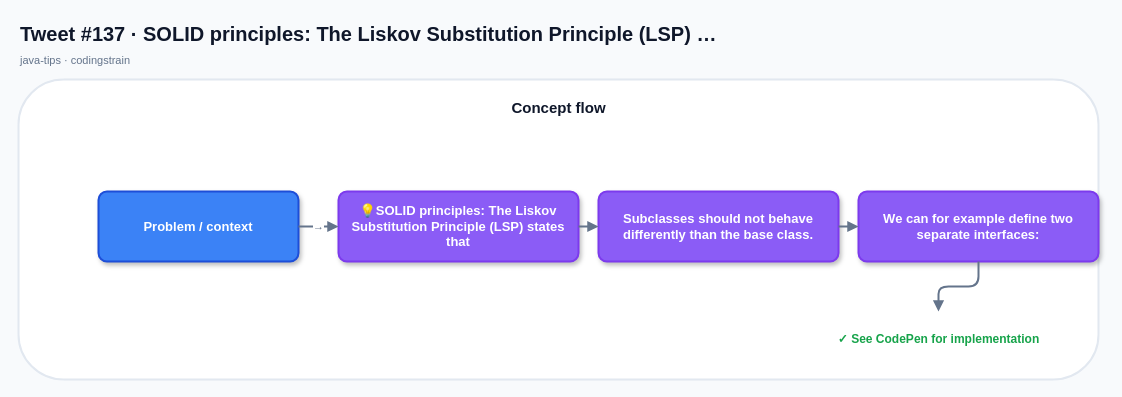
Before: x-posts-examples/generated-x-posts/java-posts/drawio/tweet-137.drawio in mcasari/codingstrain, a draw.io diagram. Source tidied: cells renumbered, new cells numbered last; positions are measured from the earlier drawing's top-left corner, leaving out a move shared by most shapes. Both pictures are drawn from the tidied source at 100%, with x=0, y=0 at pixel (18, 17).
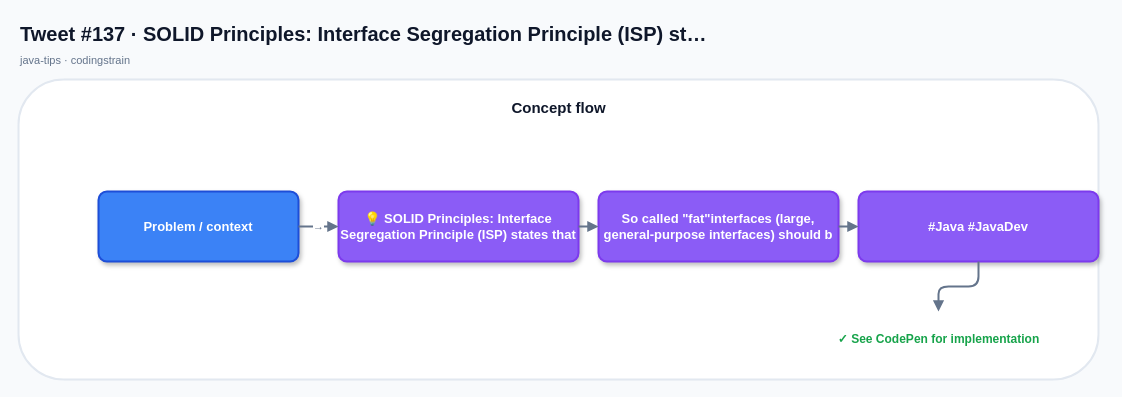
The same page after the edit.

Diff of the diagram source:
```diff
@@
 <mxGraphModel background="#F8FAFC">
   <root>
     <mxCell id="0" />
     <mxCell id="1" parent="0" />
-    <mxCell id="2" value="Tweet #137 · SOLID principles: The Liskov Substitution Principle (LSP) …" style="text;html=1;strokeColor=none;fillColor=none;align=left;verticalAlign=middle;fontSize=20;fontStyle=1;fontColor=#0F172A;" parent="1" vertex="1">
+    <mxCell id="2" value="Tweet #137 · SOLID Principles: Interface Segregation Principle (ISP) st…" style="text;html=1;strokeColor=none;fillColor=none;align=left;verticalAlign=middle;fontSize=20;fontStyle=1;fontColor=#0F172A;" parent="1" vertex="1">
       <mxGeometry width="760" height="32" as="geometry" />
     </mxCell>
     <mxCell id="3" value="java-tips · codingstrain" style="text;html=1;strokeColor=none;fillColor=none;align=left;verticalAlign=middle;fontSize=11;fontStyle=0;fontColor=#64748B;" parent="1" vertex="1">
       <mxGeometry y="32" width="520" height="22" as="geometry" />
     </mxCell>
     <mxCell id="4" style="rounded=1;fillColor=#FFFFFF;strokeColor=#E2E8F0;strokeWidth=2;shadow=0;" parent="1" vertex="1">
       <mxGeometry y="62" width="1080" height="300" as="geometry" />
     </mxCell>
     <mxCell id="5" value="Concept flow" style="text;html=1;strokeColor=none;fillColor=none;align=center;verticalAlign=middle;fontSize=15;fontStyle=1;fontColor=#0F172A;" parent="1" vertex="1">
       <mxGeometry x="20" y="76" width="1040" height="28" as="geometry" />
     </mxCell>
     <mxCell id="6" value="Problem / context" style="rounded=1;whiteSpace=wrap;html=1;arcSize=12;fillColor=#3B82F6;strokeColor=#1D4ED8;strokeWidth=2;fontColor=#FFFFFF;fontSize=13;fontStyle=1;shadow=1;align=center;verticalAlign=middle;" parent="1" vertex="1">
       <mxGeometry x="80" y="174" width="200" height="70" as="geometry" />
     </mxCell>
-    <mxCell id="7" value="💡SOLID principles: The Liskov Substitution Principle (LSP) states that" style="rounded=1;whiteSpace=wrap;html=1;arcSize=12;fillColor=#8B5CF6;strokeColor=#7C3AED;strokeWidth=2;fontColor=#FFFFFF;fontSize=13;fontStyle=1;shadow=1;align=center;verticalAlign=middle;" parent="1" vertex="1">
+    <mxCell id="7" value="💡 SOLID Principles: Interface Segregation Principle (ISP) states that " style="rounded=1;whiteSpace=wrap;html=1;arcSize=12;fillColor=#8B5CF6;strokeColor=#7C3AED;strokeWidth=2;fontColor=#FFFFFF;fontSize=13;fontStyle=1;shadow=1;align=center;verticalAlign=middle;" parent="1" vertex="1">
       <mxGeometry x="320" y="174" width="240" height="70" as="geometry" />
     </mxCell>
     <mxCell id="8" value="→" style="edgeStyle=orthogonalEdgeStyle;rounded=1;jettySize=auto;html=1;endArrow=block;endFill=1;startArrow=none;strokeColor=#64748B;strokeWidth=2;fontColor=#64748B;fontSize=11;" parent="1" edge="1" source="6" target="7">
       <mxGeometry relative="1" as="geometry" />
     </mxCell>
-    <mxCell id="9" value="Subclasses should not behave differently than the base class." style="rounded=1;whiteSpace=wrap;html=1;arcSize=12;fillColor=#8B5CF6;strokeColor=#7C3AED;strokeWidth=2;fontColor=#FFFFFF;fontSize=13;fontStyle=1;shadow=1;align=center;verticalAlign=middle;" parent="1" vertex="1">
+    <mxCell id="9" value="So called &quot;fat&quot;interfaces (large, general-purpose interfaces) should b" style="rounded=1;whiteSpace=wrap;html=1;arcSize=12;fillColor=#8B5CF6;strokeColor=#7C3AED;strokeWidth=2;fontColor=#FFFFFF;fontSize=13;fontStyle=1;shadow=1;align=center;verticalAlign=middle;" parent="1" vertex="1">
       <mxGeometry x="580" y="174" width="240" height="70" as="geometry" />
     </mxCell>
     <mxCell id="10" style="edgeStyle=orthogonalEdgeStyle;rounded=1;jettySize=auto;html=1;endArrow=block;endFill=1;startArrow=none;strokeColor=#64748B;strokeWidth=2;fontColor=#64748B;fontSize=11;" parent="1" edge="1" source="7" target="9">
       <mxGeometry relative="1" as="geometry" />
     </mxCell>
-    <mxCell id="11" value="We can for example define two separate interfaces:" style="rounded=1;whiteSpace=wrap;html=1;arcSize=12;fillColor=#8B5CF6;strokeColor=#7C3AED;strokeWidth=2;fontColor=#FFFFFF;fontSize=13;fontStyle=1;shadow=1;align=center;verticalAlign=middle;" parent="1" vertex="1">
+    <mxCell id="11" value="#Java #JavaDev" style="rounded=1;whiteSpace=wrap;html=1;arcSize=12;fillColor=#8B5CF6;strokeColor=#7C3AED;strokeWidth=2;fontColor=#FFFFFF;fontSize=13;fontStyle=1;shadow=1;align=center;verticalAlign=middle;" parent="1" vertex="1">
       <mxGeometry x="840" y="174" width="240" height="70" as="geometry" />
     </mxCell>
     <mxCell id="12" style="edgeStyle=orthogonalEdgeStyle;rounded=1;jettySize=auto;html=1;endArrow=block;endFill=1;startArrow=none;strokeColor=#64748B;strokeWidth=2;fontColor=#64748B;fontSize=11;" parent="1" edge="1" source="9" target="11">
       <mxGeometry relative="1" as="geometry" />
     </mxCell>
     <mxCell id="13" value="✓ See CodePen for implementation" style="text;html=1;strokeColor=none;fillColor=none;align=center;verticalAlign=middle;fontSize=12;fontStyle=1;fontColor=#16A34A;" parent="1" vertex="1">
       <mxGeometry x="800" y="294" width="240" height="56" as="geometry" />
     </mxCell>
     <mxCell id="14" style="edgeStyle=orthogonalEdgeStyle;rounded=1;jettySize=auto;html=1;endArrow=block;endFill=1;startArrow=none;strokeColor=#64748B;strokeWidth=2;fontColor=#64748B;fontSize=11;" parent="1" edge="1" source="11" target="13">
       <mxGeometry relative="1" as="geometry" />
     </mxCell>
   </root>
 </mxGraphModel>
```
